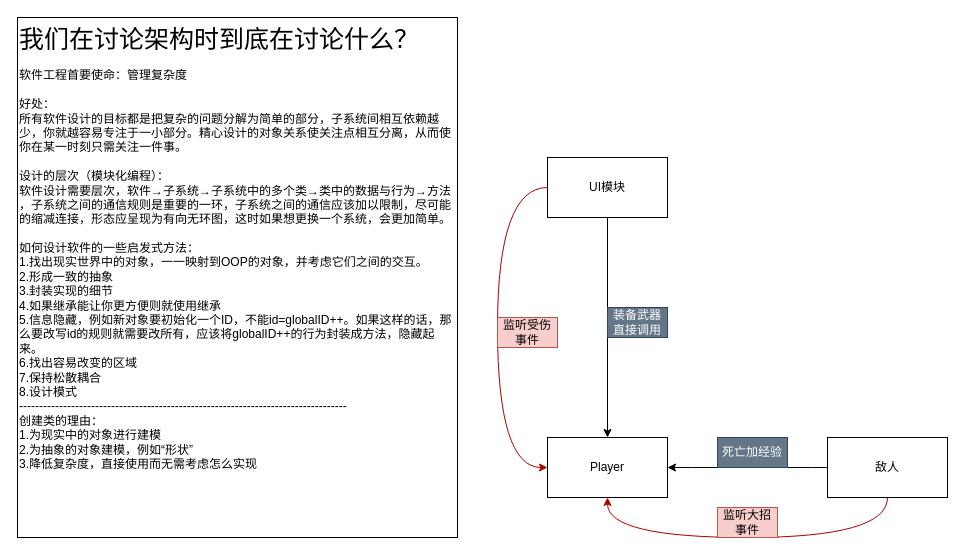
Earlier version of the draw.io diagram page "总结" (9 of 9) of StartFramework.drawio (sass00n1/StartFramework). Source tidied: cells renumbered, new cells numbered last; positions are measured from the earlier drawing's top-left corner, leaving out a move shared by most shapes. Both pictures are drawn from the tidied source at 100%, with x=0, y=0 at pixel (17, 17).
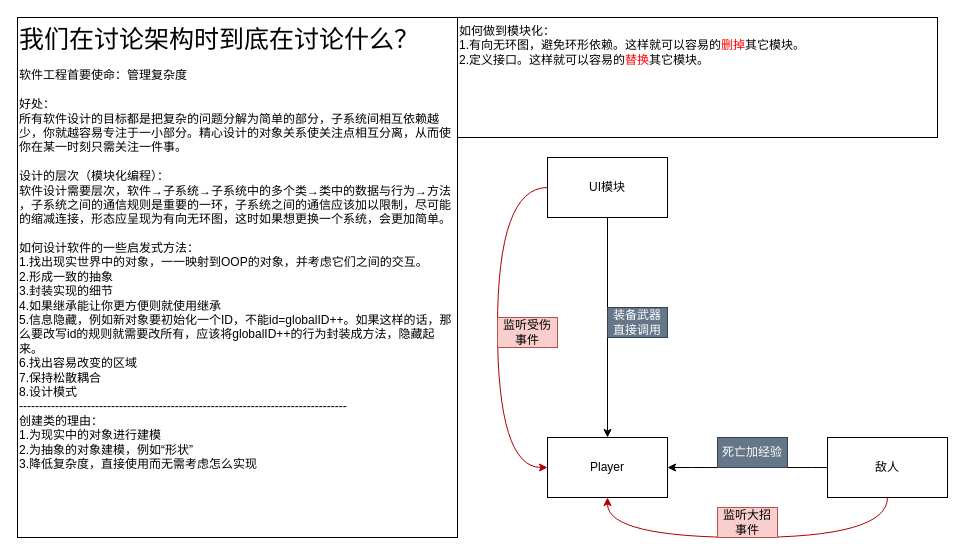
The same diagram, later.

Diff of the diagram source:
```diff
@@
 <mxGraphModel>
   <root>
     <mxCell id="0" />
     <mxCell id="1" parent="0" />
     <mxCell id="2" style="edgeStyle=orthogonalEdgeStyle;rounded=0;jettySize=auto;html=1;exitX=0.5;exitY=1;exitDx=0;exitDy=0;" parent="1" edge="1" source="4" target="5">
       <mxGeometry relative="1" as="geometry" />
     </mxCell>
     <mxCell id="3" style="edgeStyle=orthogonalEdgeStyle;curved=1;jettySize=auto;html=1;exitX=0;exitY=0.5;exitDx=0;exitDy=0;entryX=0;entryY=0.5;entryDx=0;entryDy=0;fillColor=#e51400;strokeColor=#B20000;" parent="1" edge="1" source="4" target="5">
       <mxGeometry relative="1" as="geometry">
         <Array as="points">
           <mxPoint x="480" y="170" />
           <mxPoint x="480" y="450" />
         </Array>
       </mxGeometry>
     </mxCell>
     <mxCell id="4" value="UI模块" style="rounded=0;whiteSpace=wrap;html=1;" parent="1" vertex="1">
       <mxGeometry x="530" y="140" width="120" height="60" as="geometry" />
     </mxCell>
     <mxCell id="5" value="Player" style="rounded=0;whiteSpace=wrap;html=1;" parent="1" vertex="1">
       <mxGeometry x="530" y="420" width="120" height="60" as="geometry" />
     </mxCell>
     <mxCell id="6" value="&lt;div style=&quot;font-size: 25px;&quot; align=&quot;left&quot;&gt;&lt;font style=&quot;font-size: 25px;&quot;&gt;我们在讨论架构时到底在讨论什么？&lt;/font&gt;&lt;/div&gt;&lt;div align=&quot;left&quot;&gt;&lt;br&gt;&lt;/div&gt;&lt;div align=&quot;left&quot;&gt;软件工程首要使命：管理复杂度&lt;br&gt;&lt;/div&gt;&lt;div&gt;&lt;br&gt;&lt;/div&gt;&lt;div&gt;好处：&lt;br&gt;&lt;/div&gt;&lt;div&gt;所有软件设计的目标都是把复杂的问题分解为简单的部分，子系统间相互依赖越少，你就越容易专注于一小部分。精心设计的对象关系使关注点相互分离，从而使你在某一时刻只需关注一件事。&lt;/div&gt;&lt;div&gt;&lt;br&gt;&lt;/div&gt;&lt;div&gt;设计的层次（模块化编程）：&lt;/div&gt;&lt;div&gt;软件设计需要层次，软件→子系统→子系统中的多个类→类中的数据与行为→方法&lt;br&gt;&lt;/div&gt;&lt;div&gt;，子系统之间的通信规则是重要的一环，子系统之间的通信应该加以限制，尽可能的缩减连接，形态应呈现为有向无环图，这时如果想更换一个系统，会更加简单。&lt;/div&gt;&lt;div&gt;&lt;br&gt;&lt;/div&gt;&lt;div&gt;如何设计软件的一些启发式方法：&lt;/div&gt;&lt;div&gt;1.找出现实世界中的对象，一一映射到OOP的对象，并考虑它们之间的交互。&lt;/div&gt;&lt;div&gt;2.形成一致的抽象&lt;/div&gt;&lt;div&gt;3.封装实现的细节&lt;/div&gt;&lt;div&gt;4.如果继承能让你更方便则就使用继承&lt;/div&gt;&lt;div&gt;5.信息隐藏，例如新对象要初始化一个ID，不能id=globalID++。如果这样的话，那么要改写id的规则就需要改所有，应该将globalID++的行为封装成方法，隐藏起来。&lt;/div&gt;&lt;div&gt;6.找出容易改变的区域&lt;/div&gt;&lt;div&gt;7.保持松散耦合&lt;/div&gt;&lt;div&gt;8.设计模式&lt;/div&gt;&lt;div&gt;----------------------------------------------------------------------------------&lt;/div&gt;&lt;div&gt;创建类的理由：&lt;/div&gt;&lt;div&gt;1.为现实中的对象进行建模&lt;/div&gt;&lt;div&gt;2.为抽象的对象建模，例如“形状”&lt;/div&gt;&lt;div&gt;3.降低复杂度，直接使用而无需考虑怎么实现&lt;br&gt;&lt;/div&gt;" style="rounded=0;whiteSpace=wrap;html=1;align=left;verticalAlign=top;" parent="1" vertex="1">
       <mxGeometry width="440" height="520" as="geometry" />
     </mxCell>
     <mxCell id="7" value="监听受伤事件" style="text;html=1;strokeColor=#b85450;fillColor=#f8cecc;align=center;verticalAlign=middle;whiteSpace=wrap;rounded=0;" parent="1" vertex="1">
       <mxGeometry x="480" y="300" width="60" height="30" as="geometry" />
     </mxCell>
     <mxCell id="8" value="装备武器直接调用" style="text;html=1;strokeColor=#314354;fillColor=#647687;align=center;verticalAlign=middle;whiteSpace=wrap;rounded=0;fontColor=#ffffff;" parent="1" vertex="1">
       <mxGeometry x="590" y="290" width="60" height="30" as="geometry" />
     </mxCell>
     <mxCell id="9" style="edgeStyle=orthogonalEdgeStyle;curved=1;jettySize=auto;html=1;exitX=0;exitY=0.5;exitDx=0;exitDy=0;" parent="1" edge="1" source="11" target="5">
       <mxGeometry relative="1" as="geometry" />
     </mxCell>
     <mxCell id="10" style="edgeStyle=orthogonalEdgeStyle;curved=1;jettySize=auto;html=1;exitX=0.5;exitY=1;exitDx=0;exitDy=0;entryX=0.5;entryY=1;entryDx=0;entryDy=0;fillColor=#e51400;strokeColor=#B20000;" parent="1" edge="1" source="11" target="5">
       <mxGeometry relative="1" as="geometry">
         <Array as="points">
           <mxPoint x="870" y="520" />
           <mxPoint x="590" y="520" />
         </Array>
       </mxGeometry>
     </mxCell>
     <mxCell id="11" value="敌人" style="rounded=0;whiteSpace=wrap;html=1;" parent="1" vertex="1">
       <mxGeometry x="810" y="420" width="120" height="60" as="geometry" />
     </mxCell>
     <mxCell id="12" value="死亡加经验" style="text;html=1;strokeColor=#314354;fillColor=#647687;align=center;verticalAlign=middle;whiteSpace=wrap;rounded=0;fontColor=#ffffff;" parent="1" vertex="1">
       <mxGeometry x="700" y="420" width="70" height="30" as="geometry" />
     </mxCell>
     <mxCell id="13" value="监听大招事件" style="text;html=1;strokeColor=#b85450;fillColor=#f8cecc;align=center;verticalAlign=middle;whiteSpace=wrap;rounded=0;" parent="1" vertex="1">
       <mxGeometry x="700" y="490" width="60" height="30" as="geometry" />
     </mxCell>
+    <mxCell id="14" value="&lt;div&gt;如何做到模块化：&lt;br&gt;&lt;/div&gt;&lt;div&gt;1.有向无环图，避免环形依赖。这样就可以容易的&lt;font color=&quot;#FF0000&quot;&gt;删掉&lt;/font&gt;其它模块。&lt;/div&gt;&lt;div&gt;2.定义接口。这样就可以容易的&lt;font color=&quot;#FF0000&quot;&gt;替换&lt;/font&gt;其它模块。&lt;/div&gt;&lt;div&gt;&lt;br&gt;&lt;/div&gt;" style="rounded=0;whiteSpace=wrap;html=1;align=left;verticalAlign=top;" parent="1" vertex="1">
+      <mxGeometry x="440" width="480" height="120" as="geometry" />
+    </mxCell>
   </root>
 </mxGraphModel>
```
